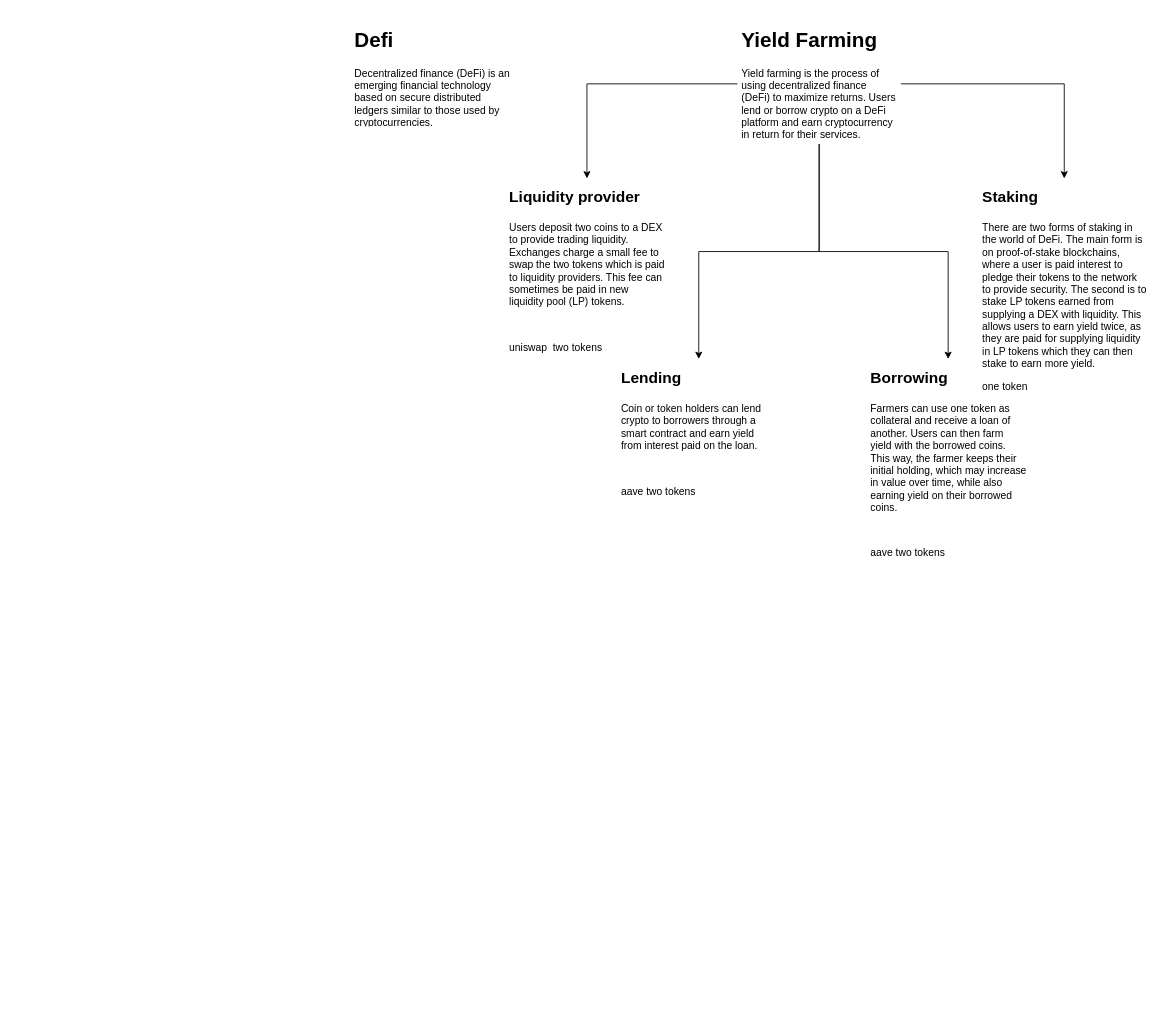
Above: blockchain.drawio in danielang2020/diagrams (draw.io), before the change. Source tidied: cells renumbered, new cells numbered last; positions are measured from the earlier drawing's top-left corner, leaving out a move shared by most shapes. Both pictures are drawn from the tidied source at 86%, with x=0, y=0 at pixel (350, 23).
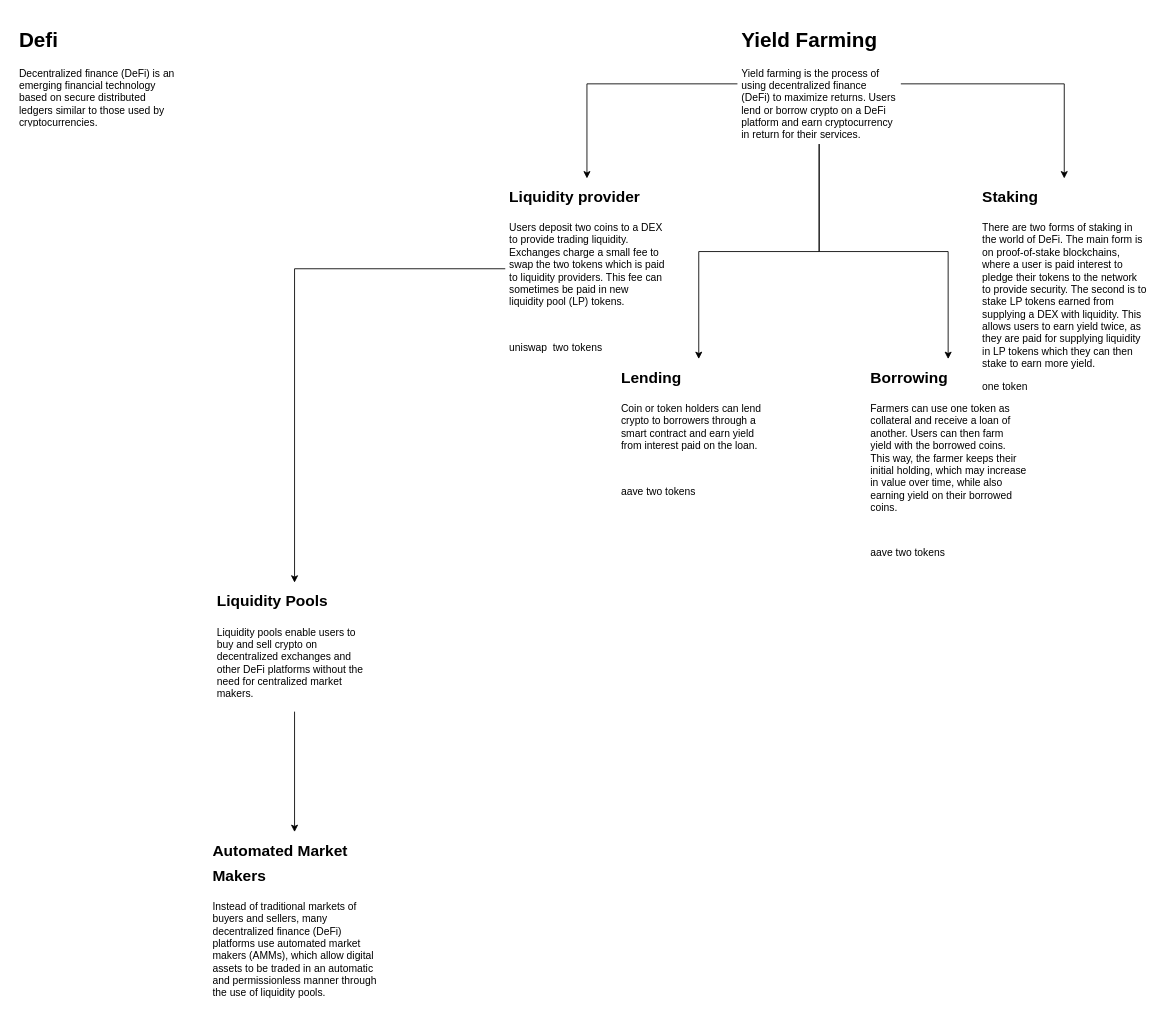
Above is the later version.

What changed in the source:
```diff
@@
 <mxGraphModel>
   <root>
     <mxCell id="0" />
     <mxCell id="1" parent="0" />
     <mxCell id="2" value="&lt;h1&gt;Defi&lt;/h1&gt;&lt;p&gt;Decentralized finance (DeFi) is an emerging financial technology based on secure distributed ledgers similar to those used by cryptocurrencies.&amp;nbsp;&lt;br&gt;&lt;/p&gt;" style="text;html=1;strokeColor=none;fillColor=none;spacing=5;spacingTop=-20;whiteSpace=wrap;overflow=hidden;rounded=0;" parent="1" vertex="1">
-      <mxGeometry width="190" height="120" as="geometry" />
+      <mxGeometry x="-390" width="190" height="120" as="geometry" />
     </mxCell>
     <mxCell id="3" style="edgeStyle=orthogonalEdgeStyle;rounded=0;jettySize=auto;html=1;" parent="1" edge="1" source="7" target="8">
       <mxGeometry relative="1" as="geometry" />
     </mxCell>
     <mxCell id="4" style="edgeStyle=orthogonalEdgeStyle;rounded=0;jettySize=auto;html=1;" parent="1" edge="1" source="7" target="9">
       <mxGeometry relative="1" as="geometry" />
     </mxCell>
     <mxCell id="5" style="edgeStyle=orthogonalEdgeStyle;rounded=0;jettySize=auto;html=1;" parent="1" edge="1" source="7" target="10">
       <mxGeometry relative="1" as="geometry" />
     </mxCell>
     <mxCell id="6" style="edgeStyle=orthogonalEdgeStyle;rounded=0;jettySize=auto;html=1;" parent="1" edge="1" source="7" target="11">
       <mxGeometry relative="1" as="geometry" />
     </mxCell>
     <mxCell id="7" value="&lt;h1&gt;Yield Farming&lt;/h1&gt;&lt;p&gt;Yield farming is the process of using decentralized finance (DeFi) to maximize returns. Users lend or borrow crypto on a DeFi platform and earn cryptocurrency in return for their services.&lt;br&gt;&lt;/p&gt;" style="text;html=1;strokeColor=none;fillColor=none;spacing=5;spacingTop=-20;whiteSpace=wrap;overflow=hidden;rounded=0;" parent="1" vertex="1">
       <mxGeometry x="450" width="190" height="140" as="geometry" />
     </mxCell>
+    <mxCell id="12" style="edgeStyle=orthogonalEdgeStyle;rounded=0;jettySize=auto;html=1;" parent="1" edge="1" source="8" target="14">
+      <mxGeometry relative="1" as="geometry" />
+    </mxCell>
     <mxCell id="8" value="&lt;h1&gt;&lt;span style=&quot;box-sizing: border-box; font-weight: bolder; font-family: base; font-size: 18px;&quot;&gt;Liquidity provider&lt;/span&gt;&lt;br&gt;&lt;/h1&gt;&lt;p&gt;Users deposit two coins to a DEX to provide trading liquidity. Exchanges charge a small fee to swap the two tokens which is paid to liquidity providers. This fee can sometimes be paid in new liquidity pool (LP) tokens.&lt;br&gt;&lt;/p&gt;&lt;p&gt;&lt;br&gt;&lt;/p&gt;&lt;p&gt;uniswap&amp;nbsp; two tokens&lt;/p&gt;" style="text;html=1;strokeColor=none;fillColor=none;spacing=5;spacingTop=-20;whiteSpace=wrap;overflow=hidden;rounded=0;" parent="1" vertex="1">
       <mxGeometry x="180" y="180" width="190" height="210" as="geometry" />
     </mxCell>
     <mxCell id="9" value="&lt;h1&gt;&lt;span style=&quot;box-sizing: border-box; font-weight: bolder; font-family: base; font-size: 18px;&quot;&gt;Lending&lt;/span&gt;&lt;br&gt;&lt;/h1&gt;&lt;p&gt;Coin or token holders can lend crypto to borrowers through a smart contract and earn yield from interest paid on the loan.&lt;br&gt;&lt;/p&gt;&lt;p&gt;&lt;br&gt;&lt;/p&gt;&lt;p&gt;aave two tokens&lt;/p&gt;" style="text;html=1;strokeColor=none;fillColor=none;spacing=5;spacingTop=-20;whiteSpace=wrap;overflow=hidden;rounded=0;" parent="1" vertex="1">
       <mxGeometry x="310" y="390" width="190" height="160" as="geometry" />
     </mxCell>
     <mxCell id="10" value="&lt;h1&gt;&lt;span style=&quot;box-sizing: border-box; font-weight: bolder; font-family: base; font-size: 18px;&quot;&gt;Borrowing&lt;/span&gt;&lt;br&gt;&lt;/h1&gt;&lt;p&gt;Farmers can use one token as collateral and receive a loan of another. Users can then farm yield with the borrowed coins. This way, the farmer keeps their initial holding, which may increase in value over time, while also earning yield on their borrowed coins.&lt;br&gt;&lt;/p&gt;&lt;p&gt;&lt;br&gt;&lt;/p&gt;&lt;p&gt;aave two tokens&lt;/p&gt;" style="text;html=1;strokeColor=none;fillColor=none;spacing=5;spacingTop=-20;whiteSpace=wrap;overflow=hidden;rounded=0;" parent="1" vertex="1">
       <mxGeometry x="600" y="390" width="190" height="230" as="geometry" />
     </mxCell>
     <mxCell id="11" value="&lt;h1&gt;&lt;span style=&quot;box-sizing: border-box; font-weight: bolder; font-family: base; font-size: 18px;&quot;&gt;Staking&lt;/span&gt;&lt;br&gt;&lt;/h1&gt;&lt;p&gt;There are two forms of staking in the world of DeFi. The main form is on proof-of-stake blockchains, where a user is paid interest to pledge their tokens to the network to provide security. The second is to stake LP tokens earned from supplying a DEX with liquidity. This allows users to earn yield twice, as they are paid for supplying liquidity in LP tokens which they can then stake to earn more yield.&lt;/p&gt;&lt;p&gt;one token&lt;/p&gt;&lt;div&gt;&lt;br&gt;&lt;/div&gt;" style="text;html=1;strokeColor=none;fillColor=none;spacing=5;spacingTop=-20;whiteSpace=wrap;overflow=hidden;rounded=0;" parent="1" vertex="1">
       <mxGeometry x="730" y="180" width="200" height="260" as="geometry" />
     </mxCell>
+    <mxCell id="13" style="edgeStyle=orthogonalEdgeStyle;rounded=0;jettySize=auto;html=1;" parent="1" edge="1" source="14" target="15">
+      <mxGeometry relative="1" as="geometry" />
+    </mxCell>
+    <mxCell id="14" value="&lt;h1&gt;&lt;span style=&quot;box-sizing: border-box; font-weight: bolder; font-family: base; font-size: 18px;&quot;&gt;Liquidity Pools&lt;/span&gt;&lt;br&gt;&lt;/h1&gt;&lt;p&gt;Liquidity pools enable users to buy and sell crypto on decentralized exchanges and other DeFi platforms without the need for centralized market makers.&lt;br&gt;&lt;/p&gt;" style="text;html=1;strokeColor=none;fillColor=none;spacing=5;spacingTop=-20;whiteSpace=wrap;overflow=hidden;rounded=0;" parent="1" vertex="1">
+      <mxGeometry x="-160" y="650" width="190" height="150" as="geometry" />
+    </mxCell>
+    <mxCell id="15" value="&lt;h1&gt;&lt;font face=&quot;base&quot;&gt;&lt;span style=&quot;font-size: 18px;&quot;&gt;Automated Market Makers&lt;/span&gt;&lt;/font&gt;&lt;br&gt;&lt;/h1&gt;&lt;p&gt;Instead of traditional markets of buyers and sellers, many decentralized finance (DeFi) platforms use automated market makers (AMMs), which allow digital assets to be traded in an automatic and permissionless manner through the use of liquidity pools.&lt;br&gt;&lt;/p&gt;" style="text;html=1;strokeColor=none;fillColor=none;spacing=5;spacingTop=-20;whiteSpace=wrap;overflow=hidden;rounded=0;" parent="1" vertex="1">
+      <mxGeometry x="-165" y="940" width="200" height="200" as="geometry" />
+    </mxCell>
   </root>
 </mxGraphModel>
```
